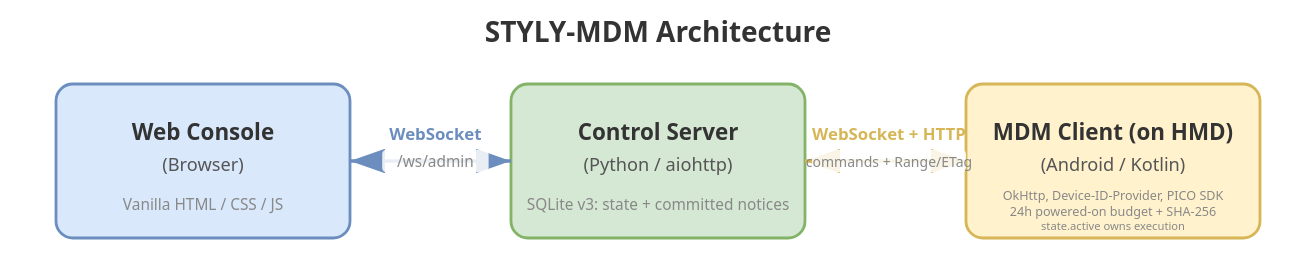
Earlier version of the draw.io export docs/architecture.drawio.svg (styly-dev/STYLY-MDM). Source tidied: cells renumbered, new cells last; positions are measured from the earlier drawing's top-left corner, leaving out a move shared by most shapes.
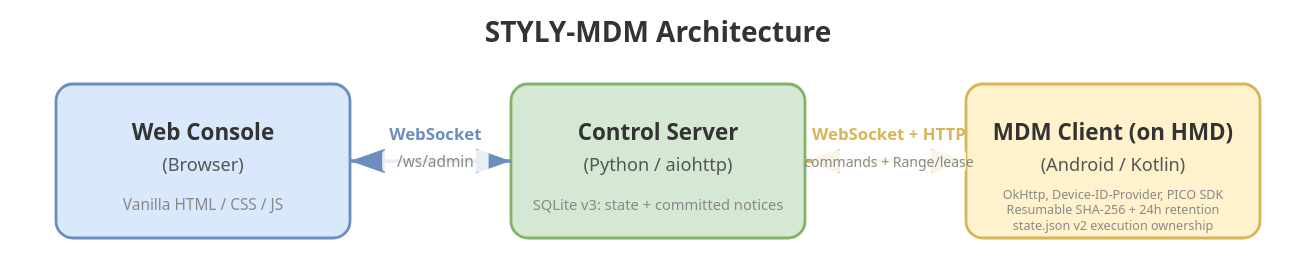
The same file after the commit.

What changed in the source:
```diff
@@ -3,31 +3,31 @@
     <mxCell id="0" />
     <mxCell id="1" parent="0" />
     <mxCell id="2" style="rounded=1;whiteSpace=wrap;html=1;fillColor=#dae8fc;strokeColor=#6c8ebf;arcSize=10;" parent="1" vertex="1">
-      <mxGeometry y="60" width="200" height="100" as="geometry" />
+      <mxGeometry y="40" width="210" height="110" as="geometry" />
     </mxCell>
     <mxCell id="3" value="&lt;b&gt;Web Console&lt;/b&gt;&lt;br&gt;(Browser)" style="text;html=1;align=center;verticalAlign=middle;" parent="1" vertex="1">
-      <mxGeometry x="55" y="85" width="90" height="50" as="geometry" />
+      <mxGeometry x="60" y="65" width="90" height="50" as="geometry" />
     </mxCell>
     <mxCell id="4" value="Vanilla HTML / CSS / JS" style="text;html=1;align=center;verticalAlign=middle;fontColor=#666666;fontSize=10;" parent="1" vertex="1">
-      <mxGeometry x="20" y="135" width="160" height="20" as="geometry" />
+      <mxGeometry x="25" y="118" width="160" height="20" as="geometry" />
     </mxCell>
     <mxCell id="5" style="rounded=1;whiteSpace=wrap;html=1;fillColor=#d5e8d4;strokeColor=#82b366;arcSize=10;" parent="1" vertex="1">
-      <mxGeometry x="320" y="60" width="220" height="100" as="geometry" />
+      <mxGeometry x="325" y="40" width="210" height="110" as="geometry" />
     </mxCell>
     <mxCell id="6" value="&lt;b&gt;Control Server&lt;/b&gt;&lt;br&gt;(Python / aiohttp)" style="text;html=1;align=center;verticalAlign=middle;" parent="1" vertex="1">
-      <mxGeometry x="365" y="85" width="130" height="50" as="geometry" />
+      <mxGeometry x="365" y="65" width="130" height="50" as="geometry" />
     </mxCell>
-    <mxCell id="7" value="SQLite v3: state + committed notices" style="text;html=1;align=center;verticalAlign=middle;fontColor=#666666;fontSize=10;" parent="1" vertex="1">
-      <mxGeometry x="350" y="135" width="160" height="20" as="geometry" />
+    <mxCell id="7" value="SQLite v3 jobs, HTTP leases &amp;amp; fences" style="text;html=1;align=center;verticalAlign=middle;fontColor=#666666;fontSize=10;" parent="1" vertex="1">
+      <mxGeometry x="335" y="118" width="190" height="20" as="geometry" />
     </mxCell>
     <mxCell id="8" style="rounded=1;whiteSpace=wrap;html=1;fillColor=#fff2cc;strokeColor=#d6b656;arcSize=10;" parent="1" vertex="1">
-      <mxGeometry x="660" y="60" width="200" height="100" as="geometry" />
+      <mxGeometry x="650" y="40" width="210" height="110" as="geometry" />
     </mxCell>
     <mxCell id="9" value="&lt;b&gt;MDM Client (on HMD)&lt;/b&gt;&lt;br&gt;(Android / Kotlin)" style="text;html=1;align=center;verticalAlign=middle;" parent="1" vertex="1">
-      <mxGeometry x="700" y="85" width="120" height="50" as="geometry" />
+      <mxGeometry x="695" y="62" width="120" height="50" as="geometry" />
     </mxCell>
-    <mxCell id="10" value="OkHttp, PICO SDK; resumable SHA-256; 24h powered-on budget; durable apply gate" style="text;html=1;align=center;verticalAlign=middle;fontColor=#666666;fontSize=10;" parent="1" vertex="1">
-      <mxGeometry x="665" y="135" width="190" height="20" as="geometry" />
+    <mxCell id="10" value="OkHttp, Device-ID-Provider, PICO SDK&lt;br&gt;Resumable SHA-256 + 24h retention&lt;br&gt;state.json v2 execution ownership" style="text;html=1;align=center;verticalAlign=middle;fontColor=#666666;fontSize=9;" parent="1" vertex="1">
+      <mxGeometry x="655" y="112" width="200" height="36" as="geometry" />
     </mxCell>
     <mxCell id="11" style="edgeStyle=orthogonalEdgeStyle;rounded=0;jettySize=auto;containsPoints=1;endArrow=block;endFill=1;startArrow=block;startFill=1;strokeWidth=2;strokeColor=#6c8ebf;" parent="1" edge="1" source="2" target="5">
       <mxGeometry relative="1" as="geometry" />
@@ -38,11 +38,11 @@
     <mxCell id="13" style="edgeStyle=orthogonalEdgeStyle;rounded=0;jettySize=auto;containsPoints=1;endArrow=block;endFill=1;startArrow=block;startFill=1;strokeWidth=2;strokeColor=#d6b656;" parent="1" edge="1" source="5" target="8">
       <mxGeometry relative="1" as="geometry" />
     </mxCell>
-    <mxCell id="14" value="WebSocket + HTTP&lt;br&gt;&lt;font style=&quot;font-size:10px&quot;&gt;commands + Range/ETag&lt;/font&gt;" style="edgeLabel;html=1;align=center;verticalAlign=middle;" parent="13" vertex="1">
+    <mxCell id="14" value="WebSocket + HTTP&lt;br&gt;&lt;font style=&quot;font-size:10px&quot;&gt;commands + Range/lease&lt;/font&gt;" style="edgeLabel;html=1;align=center;verticalAlign=middle;" parent="13" vertex="1">
       <mxGeometry x="-0.1" relative="1" as="geometry" />
     </mxCell>
     <mxCell id="15" value="&lt;font style=&quot;font-size:16px&quot;&gt;&lt;b&gt;STYLY-MDM Architecture&lt;/b&gt;&lt;/font&gt;" style="text;html=1;align=center;verticalAlign=middle;" parent="1" vertex="1">
-      <mxGeometry x="310" width="240" height="40" as="geometry" />
+      <mxGeometry x="310" y="-5" width="240" height="40" as="geometry" />
     </mxCell>
   </root>
 </mxGraphModel>
```
